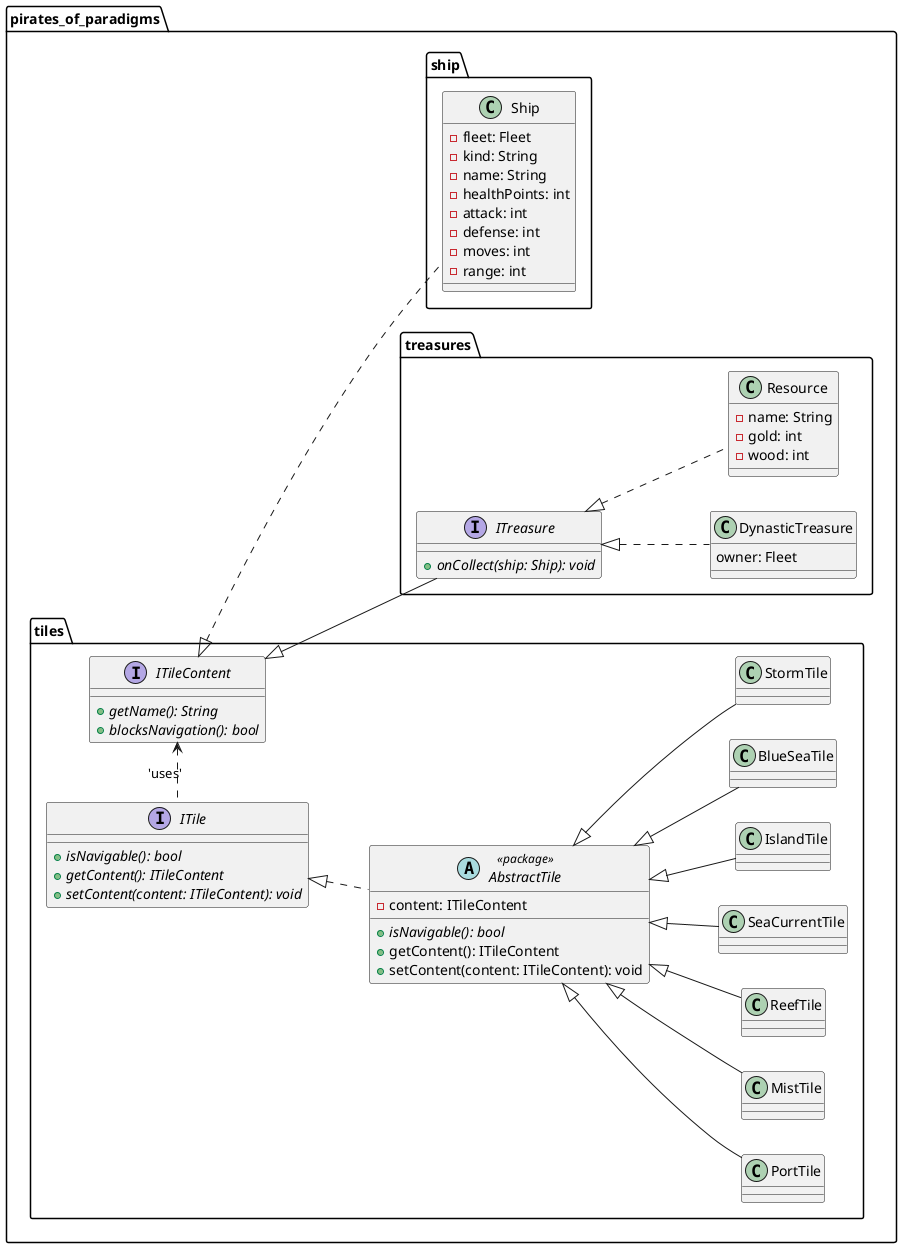
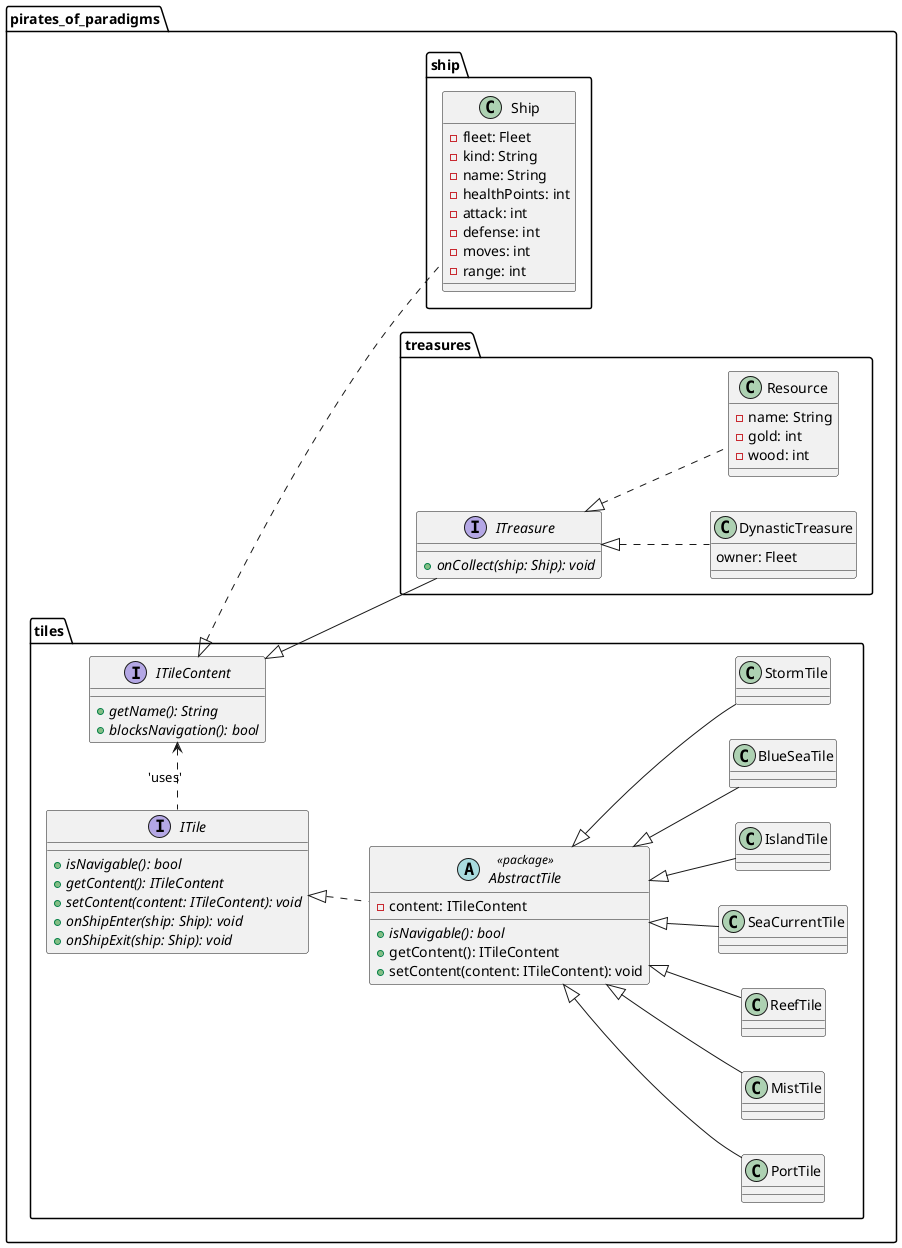
@startuml
left to right direction

package "pirates_of_paradigms" {
    package "tiles" {
        interface ITile
        interface ITileContent
        abstract AbstractTile <<package>> implements ITile
        class BlueSeaTile extends AbstractTile
        class StormTile extends AbstractTile
        class PortTile extends AbstractTile
        class MistTile extends AbstractTile
        class ReefTile extends AbstractTile
        class SeaCurrentTile extends AbstractTile
        class IslandTile extends AbstractTile
        ITileContent <. ITile : 'uses'
    }

    package "treasures" {
        interface ITreasure implements pirates_of_paradigms.tiles.ITileContent
        class Resource implements ITreasure
        class DynasticTreasure implements ITreasure
    }

    package "ship" {
        class Ship implements pirates_of_paradigms.tiles.ITileContent
    }
}

' ################################################################
' Esta sección es para definir miembros y metodos
' ################################################################

interface pirates_of_paradigms.tiles.ITile {
    + {abstract} isNavigable(): bool
    + {abstract} getContent(): ITileContent
    + {abstract} setContent(content: ITileContent): void
+     + {abstract} onShipEnter(ship: Ship): void
+     + {abstract} onShipExit(ship: Ship): void
}

interface pirates_of_paradigms.tiles.ITileContent {
    + {abstract} getName(): String
    + {abstract} blocksNavigation(): bool
}

abstract pirates_of_paradigms.tiles.AbstractTile {
    - content: ITileContent
    + {abstract} isNavigable(): bool
    + getContent(): ITileContent
    + setContent(content: ITileContent): void
}

interface pirates_of_paradigms.treasures.ITreasure {
    + {abstract} onCollect(ship: Ship): void
}

class pirates_of_paradigms.treasures.Resource {
    - name: String
    - gold: int
    - wood: int
}

class pirates_of_paradigms.treasures.DynasticTreasure {
    owner: Fleet
}

class pirates_of_paradigms.ship.Ship {
    - fleet: Fleet
    - kind: String
    - name: String
    - healthPoints: int
    - attack: int
    - defense: int
    - moves: int
    - range: int
}

@enduml